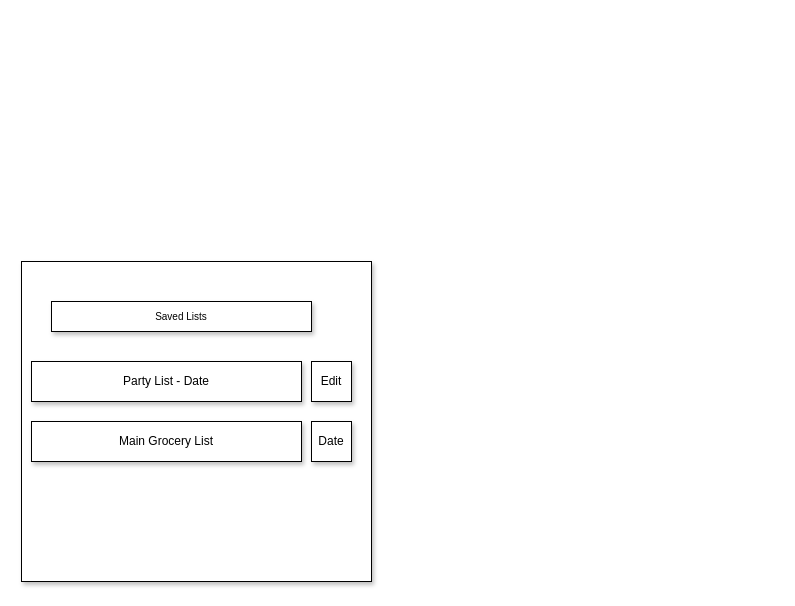
Before: page "Saved Grocery List" (4 of 4) of Planning/project.drawio in teshome28sara/Got_Milk-, a draw.io diagram. Source tidied: cells renumbered, new cells numbered last; positions are measured from the earlier drawing's top-left corner, leaving out a move shared by most shapes. Both pictures are drawn from the tidied source at 100%, with x=0, y=0 at pixel (21, 261).
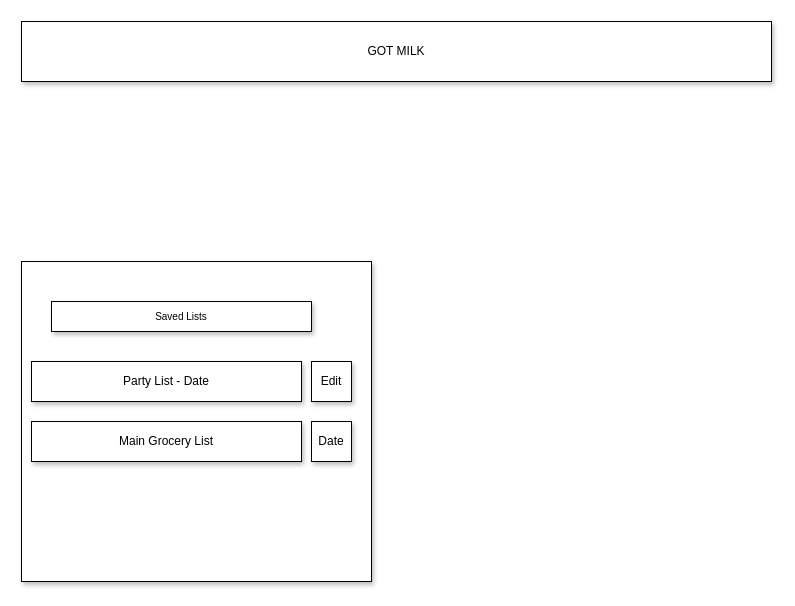
The same page after the edit.

Change to the diagram source:
```diff
@@
 <mxGraphModel>
   <root>
     <mxCell id="0" />
     <mxCell id="1" parent="0" />
     <mxCell id="2" style="rounded=0;whiteSpace=wrap;html=1;shadow=1;" parent="1" vertex="1">
       <mxGeometry width="350" height="320" as="geometry" />
     </mxCell>
     <mxCell id="3" value="Party List - Date" style="rounded=0;whiteSpace=wrap;html=1;shadow=1;" parent="1" vertex="1">
       <mxGeometry x="10" y="100" width="270" height="40" as="geometry" />
     </mxCell>
     <mxCell id="4" value="Main Grocery List" style="rounded=0;whiteSpace=wrap;html=1;shadow=1;" parent="1" vertex="1">
       <mxGeometry x="10" y="160" width="270" height="40" as="geometry" />
     </mxCell>
     <mxCell id="5" value="Edit" style="whiteSpace=wrap;html=1;shadow=1;" parent="1" vertex="1">
       <mxGeometry x="290" y="100" width="40" height="40" as="geometry" />
     </mxCell>
     <mxCell id="6" value="Date" style="whiteSpace=wrap;html=1;shadow=1;" parent="1" vertex="1">
       <mxGeometry x="290" y="160" width="40" height="40" as="geometry" />
     </mxCell>
     <mxCell id="7" value="Saved Lists" style="rounded=0;whiteSpace=wrap;html=1;shadow=1;fontSize=10;" parent="1" vertex="1">
       <mxGeometry x="30" y="40" width="260" height="30" as="geometry" />
     </mxCell>
+    <mxCell id="8" value="GOT MILK" style="rounded=0;whiteSpace=wrap;html=1;shadow=1;" parent="1" vertex="1">
+      <mxGeometry y="-240" width="750" height="60" as="geometry" />
+    </mxCell>
   </root>
 </mxGraphModel>
```
